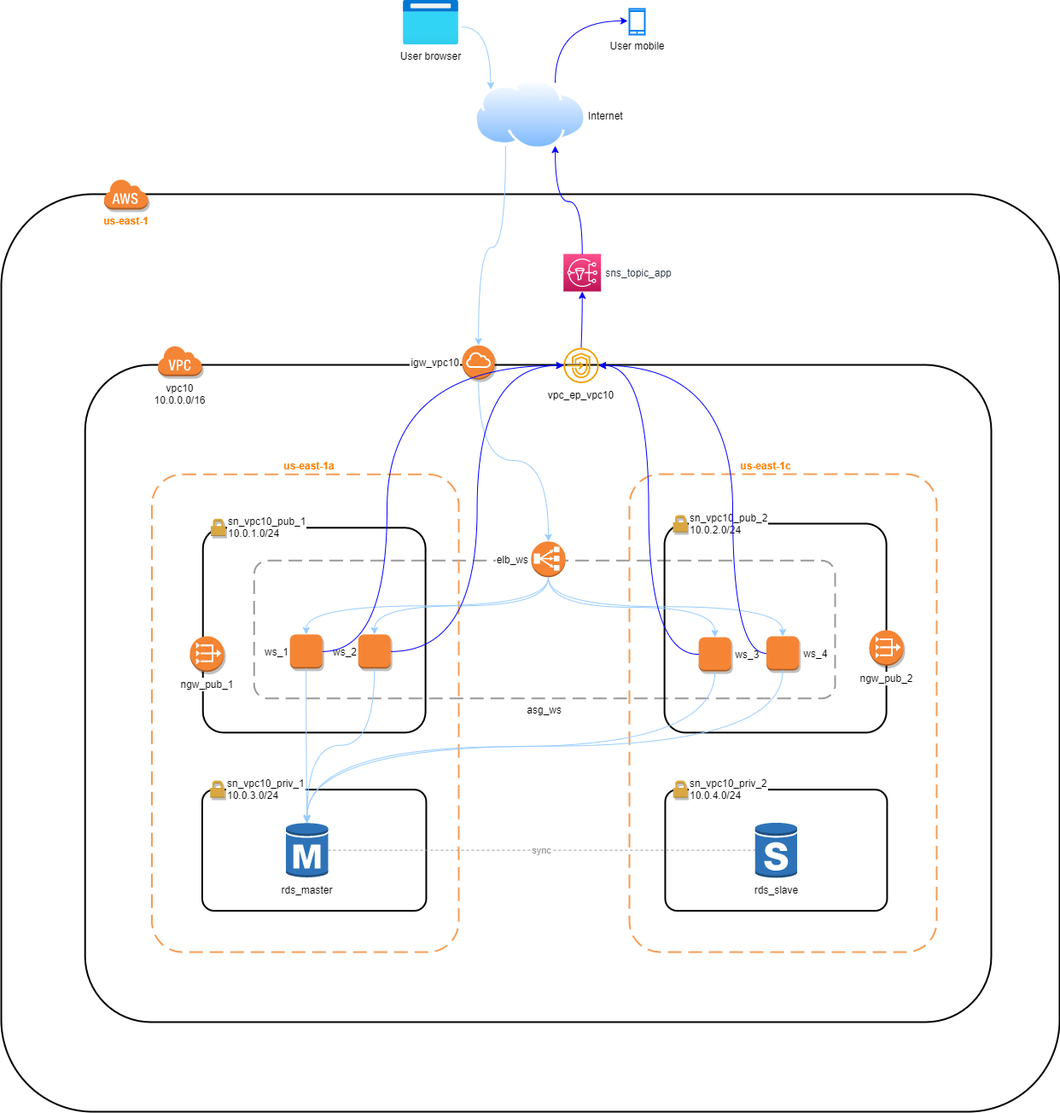
Before: checkpoint-02/images/notify.drawio.png, a diagram exported from draw.io (LuanKuwabara/iac). Source tidied: cells renumbered, new cells last; positions are measured from the earlier drawing's top-left corner, leaving out a move shared by most shapes.
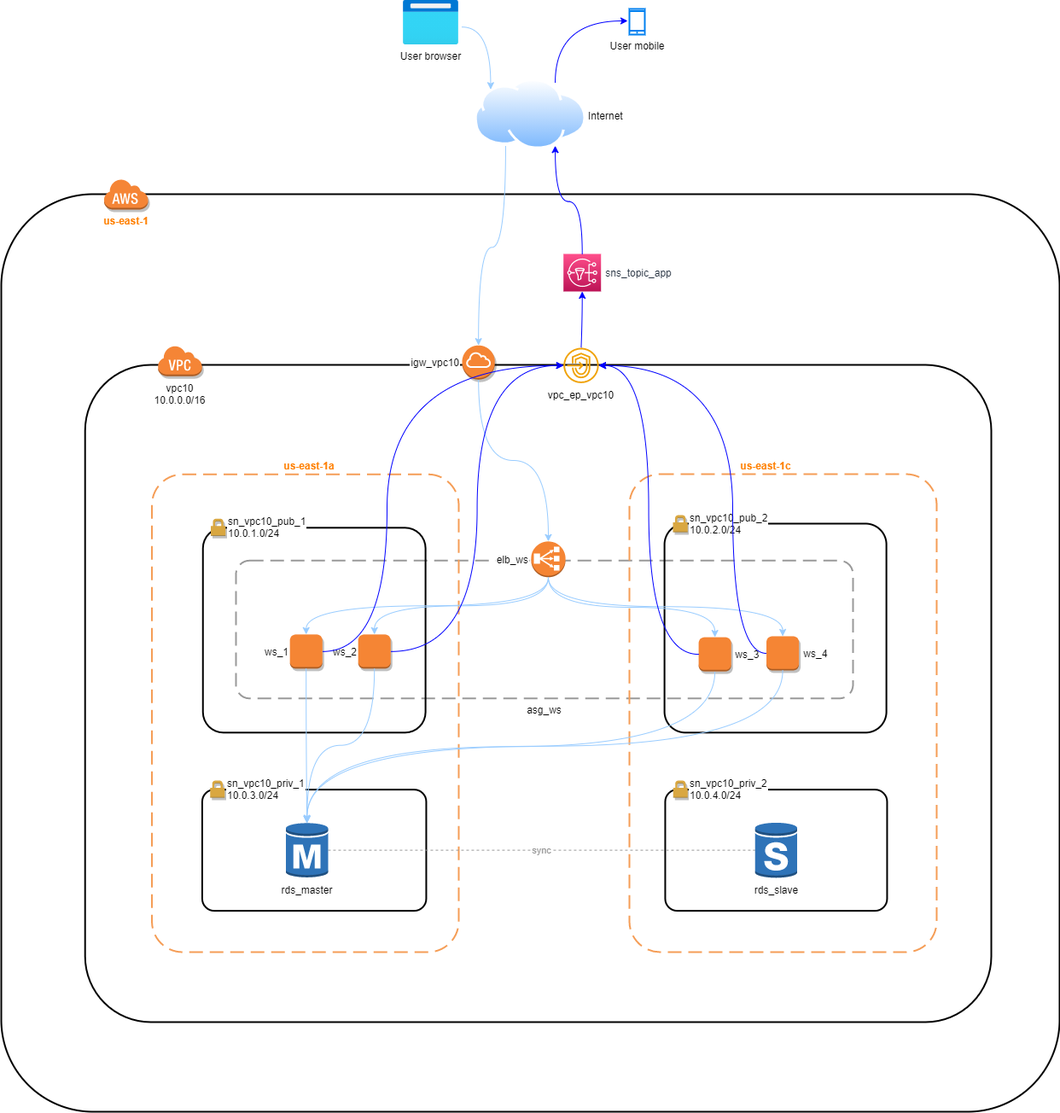
After the commit.

What changed in the source:
```diff
@@ -12,7 +12,7 @@
       <mxGeometry x="235.4" y="924.6" width="262.5" height="142" as="geometry" />
     </mxCell>
     <mxCell id="5" value="asg_ws" style="rounded=1;arcSize=10;dashed=1;strokeColor=#999999;fillColor=none;gradientColor=none;dashPattern=8 4;strokeWidth=2;labelPosition=center;verticalLabelPosition=bottom;align=center;verticalAlign=top;fontColor=#000000;" parent="1" vertex="1">
-      <mxGeometry x="296.3" y="656.3" width="680.8" height="161.6" as="geometry" />
+      <mxGeometry x="275" y="656.3" width="723" height="161.6" as="geometry" />
     </mxCell>
     <mxCell id="6" style="rounded=1;arcSize=10;dashed=1;strokeColor=#F59D56;fillColor=none;gradientColor=none;dashPattern=8 4;strokeWidth=2;" parent="1" vertex="1">
       <mxGeometry x="176.5" y="555.2" width="359.5" height="559.8" as="geometry" />
@@ -59,15 +59,9 @@
     <mxCell id="20" value="&lt;span style=&quot;text-align: left&quot;&gt;sn_vpc10_pub_2&lt;br&gt;10.0.2.0/24&lt;/span&gt;" style="dashed=0;html=1;shape=mxgraph.aws3.permissions;fillColor=#D9A741;gradientColor=none;dashed=0;shadow=1;align=left;labelBackgroundColor=#ffffff;labelBorderColor=#FFFFFF;labelPosition=right;verticalLabelPosition=middle;verticalAlign=middle;" parent="1" vertex="1">
       <mxGeometry x="787.1" y="603" width="17.1" height="20" as="geometry" />
     </mxCell>
-    <mxCell id="21" value="ngw_pub_1" style="dashed=0;verticalLabelPosition=bottom;verticalAlign=top;align=center;html=1;shape=mxgraph.aws3.vpc_nat_gateway;fillColor=#F58534;gradientColor=none;strokeColor=#CCCCCC;labelBackgroundColor=#ffffff;labelBorderColor=#FFFFFF;shadow=1;" parent="1" vertex="1">
-      <mxGeometry x="221" y="744.9" width="40" height="41.8" as="geometry" />
-    </mxCell>
     <mxCell id="22" value="us-east-1a" style="text;html=1;strokeColor=none;fillColor=none;align=center;verticalAlign=middle;whiteSpace=wrap;rounded=0;fontStyle=1;fontColor=#FF8000;" parent="1" vertex="1">
       <mxGeometry x="226" y="535" width="270" height="20" as="geometry" />
     </mxCell>
-    <mxCell id="23" value="ngw_pub_2" style="dashed=0;verticalLabelPosition=bottom;verticalAlign=top;align=center;html=1;shape=mxgraph.aws3.vpc_nat_gateway;fillColor=#F58534;gradientColor=none;strokeColor=#CCCCCC;labelBackgroundColor=#ffffff;labelBorderColor=#FFFFFF;shadow=1;" parent="1" vertex="1">
-      <mxGeometry x="1017.1" y="737.8" width="40" height="41.8" as="geometry" />
-    </mxCell>
     <mxCell id="24" value="&lt;span style=&quot;text-align: left&quot;&gt;sn_vpc10_priv_1&lt;br&gt;10.0.3.0/24&lt;/span&gt;" style="dashed=0;html=1;shape=mxgraph.aws3.permissions;fillColor=#D9A741;gradientColor=none;dashed=0;shadow=1;labelPosition=right;verticalLabelPosition=middle;align=left;verticalAlign=middle;labelBackgroundColor=#ffffff;labelBorderColor=#FFFFFF;" parent="1" vertex="1">
       <mxGeometry x="244.7" y="914" width="17.1" height="20" as="geometry" />
     </mxCell>
```
